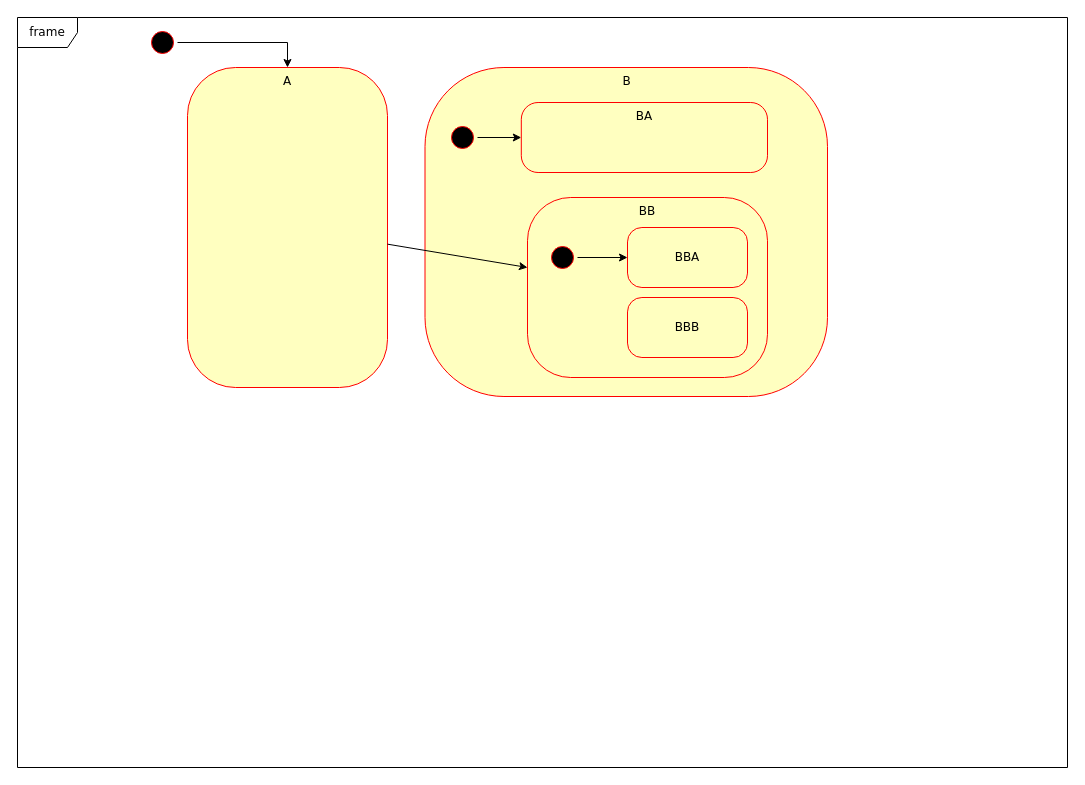
Above: page "BB <- A" (3 of 6) of vsprojs/UnitTests/StatemachineCallSequenceTest.drawio in mrstefangrimm/TemplateStateMachine (draw.io), before the change. Source tidied: cells renumbered, new cells numbered last; positions are measured from the earlier drawing's top-left corner, leaving out a move shared by most shapes. Both pictures are drawn from the tidied source at 100%, with x=0, y=0 at pixel (17, 17).
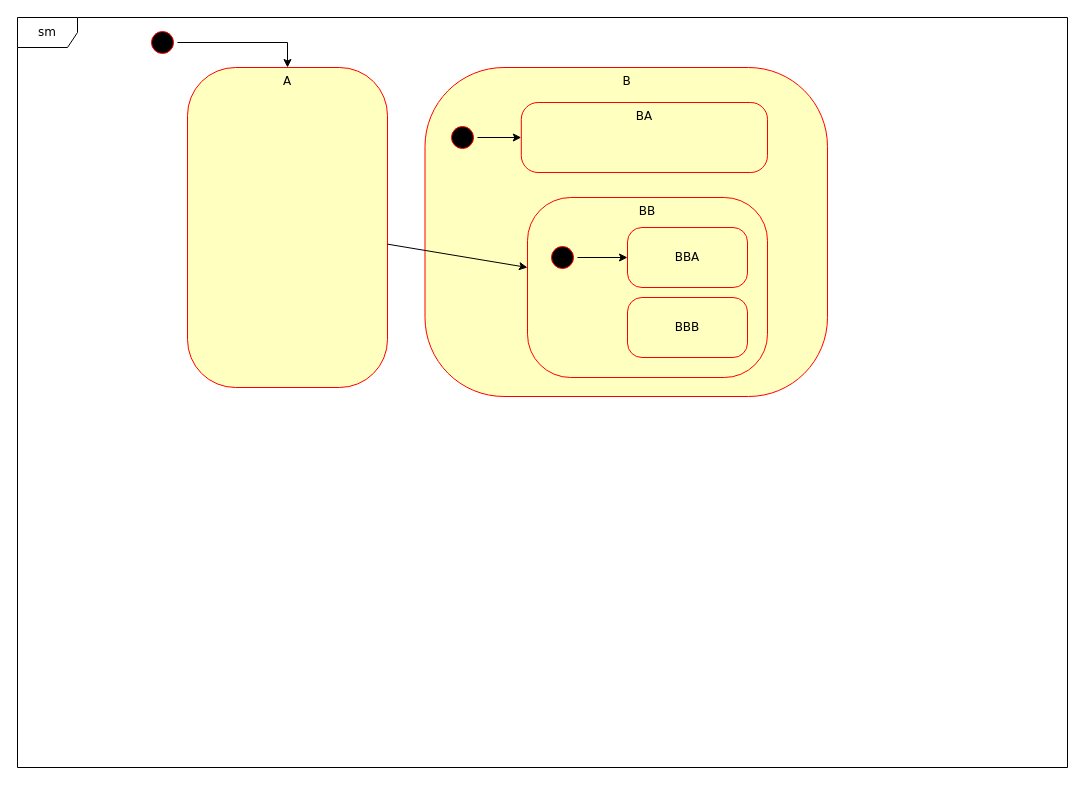
The same diagram, later.

The edit, as a diff of the source:
```diff
@@
 <mxGraphModel>
   <root>
     <mxCell id="0" />
     <mxCell id="1" parent="0" />
-    <mxCell id="2" value="frame" style="shape=umlFrame;whiteSpace=wrap;html=1;rounded=1;shadow=0;comic=0;labelBackgroundColor=none;strokeWidth=1;fontFamily=Verdana;fontSize=12;align=center;" parent="1" vertex="1">
+    <mxCell id="2" value="sm" style="shape=umlFrame;whiteSpace=wrap;html=1;rounded=1;shadow=0;comic=0;labelBackgroundColor=none;strokeWidth=1;fontFamily=Verdana;fontSize=12;align=center;" parent="1" vertex="1">
       <mxGeometry width="1050" height="750" as="geometry" />
     </mxCell>
     <mxCell id="3" value="A" style="rounded=1;whiteSpace=wrap;html=1;arcSize=24;fillColor=#ffffc0;strokeColor=#ff0000;shadow=0;comic=0;labelBackgroundColor=none;fontFamily=Verdana;fontSize=12;fontColor=#000000;align=center;verticalAlign=top;" parent="1" vertex="1">
       <mxGeometry x="170" y="50" width="200" height="320" as="geometry" />
     </mxCell>
     <mxCell id="4" value="B" style="rounded=1;whiteSpace=wrap;html=1;arcSize=24;fillColor=#ffffc0;strokeColor=#ff0000;shadow=0;comic=0;labelBackgroundColor=none;fontFamily=Verdana;fontSize=12;fontColor=#000000;align=center;verticalAlign=top;" parent="1" vertex="1">
       <mxGeometry x="407.5" y="50" width="402.5" height="329" as="geometry" />
     </mxCell>
     <mxCell id="5" value="BA" style="rounded=1;whiteSpace=wrap;html=1;arcSize=24;fillColor=#ffffc0;strokeColor=#ff0000;shadow=0;comic=0;labelBackgroundColor=none;fontFamily=Verdana;fontSize=12;fontColor=#000000;align=center;verticalAlign=top;" parent="1" vertex="1">
       <mxGeometry x="503.8" y="85" width="246.2" height="70" as="geometry" />
     </mxCell>
     <mxCell id="6" value="BB" style="rounded=1;whiteSpace=wrap;html=1;arcSize=24;fillColor=#ffffc0;strokeColor=#ff0000;shadow=0;comic=0;labelBackgroundColor=none;fontFamily=Verdana;fontSize=12;fontColor=#000000;align=center;verticalAlign=top;" parent="1" vertex="1">
       <mxGeometry x="510" y="180" width="240" height="180" as="geometry" />
     </mxCell>
     <mxCell id="7" value="BBA" style="rounded=1;whiteSpace=wrap;html=1;arcSize=24;fillColor=#ffffc0;strokeColor=#ff0000;shadow=0;comic=0;labelBackgroundColor=none;fontFamily=Verdana;fontSize=12;fontColor=#000000;align=center;" parent="1" vertex="1">
       <mxGeometry x="610" y="210" width="120" height="60" as="geometry" />
     </mxCell>
     <mxCell id="8" value="BBB" style="rounded=1;whiteSpace=wrap;html=1;arcSize=24;fillColor=#ffffc0;strokeColor=#ff0000;shadow=0;comic=0;labelBackgroundColor=none;fontFamily=Verdana;fontSize=12;fontColor=#000000;align=center;" parent="1" vertex="1">
       <mxGeometry x="610" y="280" width="120" height="60" as="geometry" />
     </mxCell>
     <mxCell id="9" style="edgeStyle=orthogonalEdgeStyle;rounded=0;jettySize=auto;html=1;" parent="1" edge="1" source="10" target="3">
       <mxGeometry relative="1" as="geometry" />
     </mxCell>
     <mxCell id="10" style="ellipse;html=1;shape=startState;fillColor=#000000;strokeColor=#ff0000;rounded=1;shadow=0;comic=0;labelBackgroundColor=none;fontFamily=Verdana;fontSize=12;fontColor=#000000;align=center;direction=south;" parent="1" vertex="1">
       <mxGeometry x="130" y="10" width="30" height="30" as="geometry" />
     </mxCell>
     <mxCell id="11" style="edgeStyle=orthogonalEdgeStyle;rounded=0;jettySize=auto;html=1;" parent="1" edge="1" source="12" target="5">
       <mxGeometry relative="1" as="geometry" />
     </mxCell>
     <mxCell id="12" style="ellipse;html=1;shape=startState;fillColor=#000000;strokeColor=#ff0000;rounded=1;shadow=0;comic=0;labelBackgroundColor=none;fontFamily=Verdana;fontSize=12;fontColor=#000000;align=center;direction=south;" parent="1" vertex="1">
       <mxGeometry x="430" y="105" width="30" height="30" as="geometry" />
     </mxCell>
     <mxCell id="13" style="edgeStyle=orthogonalEdgeStyle;rounded=0;jettySize=auto;html=1;" parent="1" edge="1" source="14" target="7">
       <mxGeometry relative="1" as="geometry" />
     </mxCell>
     <mxCell id="14" style="ellipse;html=1;shape=startState;fillColor=#000000;strokeColor=#ff0000;rounded=1;shadow=0;comic=0;labelBackgroundColor=none;fontFamily=Verdana;fontSize=12;fontColor=#000000;align=center;direction=south;" parent="1" vertex="1">
       <mxGeometry x="530" y="225" width="30" height="30" as="geometry" />
     </mxCell>
     <mxCell id="15" style="rounded=0;jettySize=auto;html=1;" parent="1" edge="1" source="3" target="6">
       <mxGeometry relative="1" as="geometry" />
     </mxCell>
   </root>
 </mxGraphModel>
```
